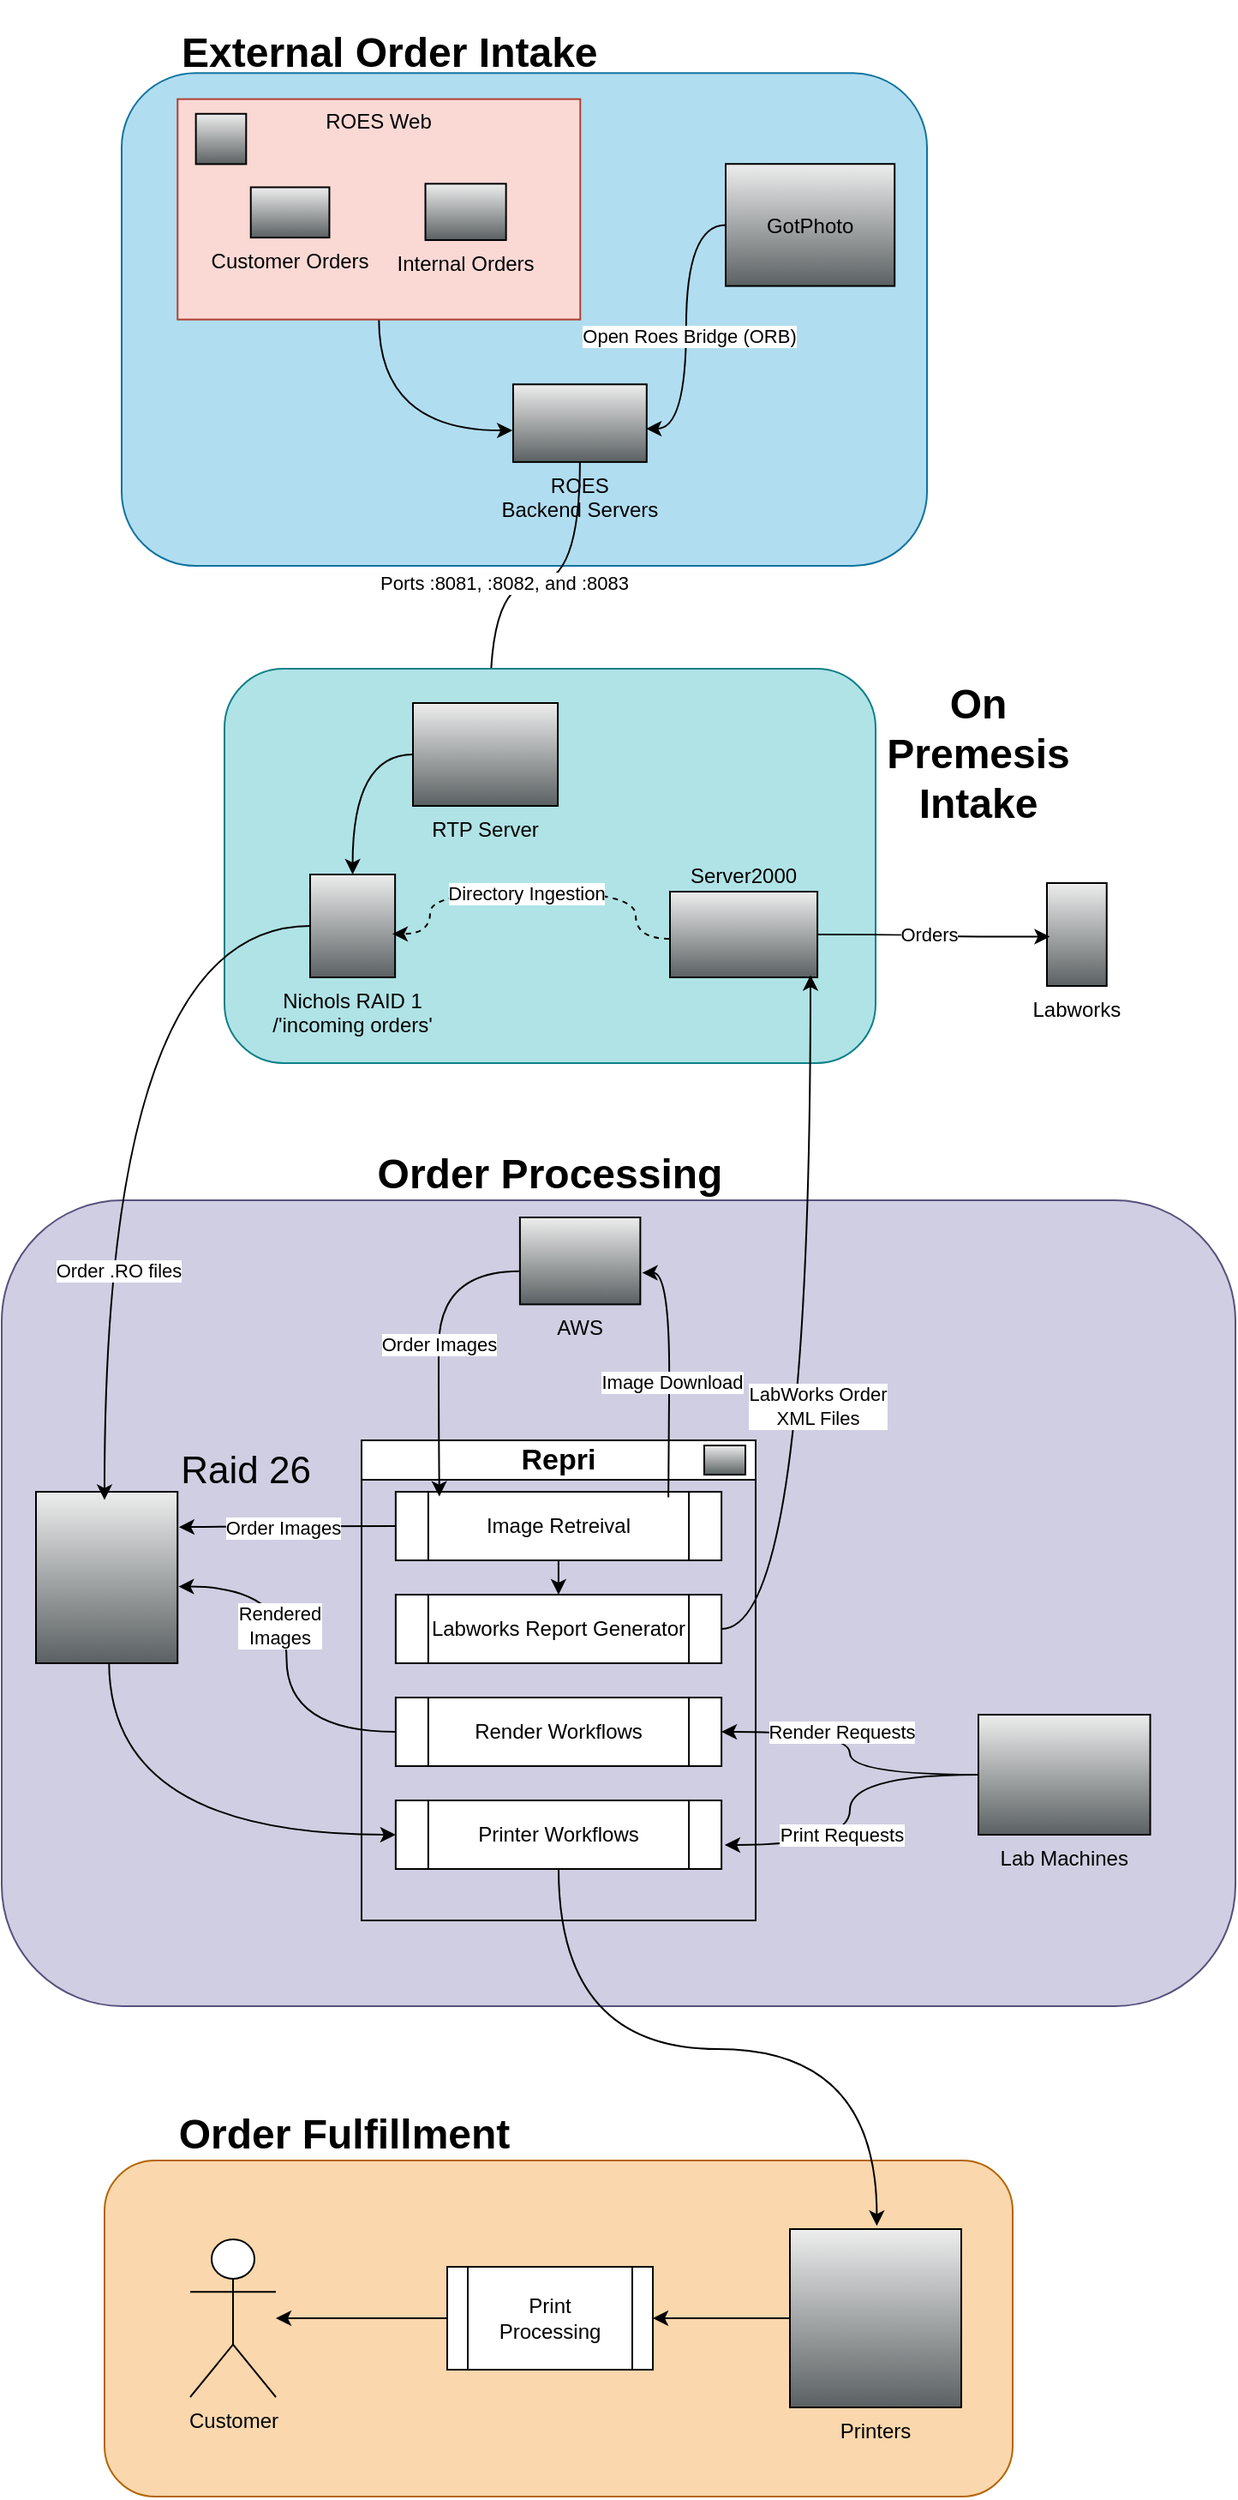
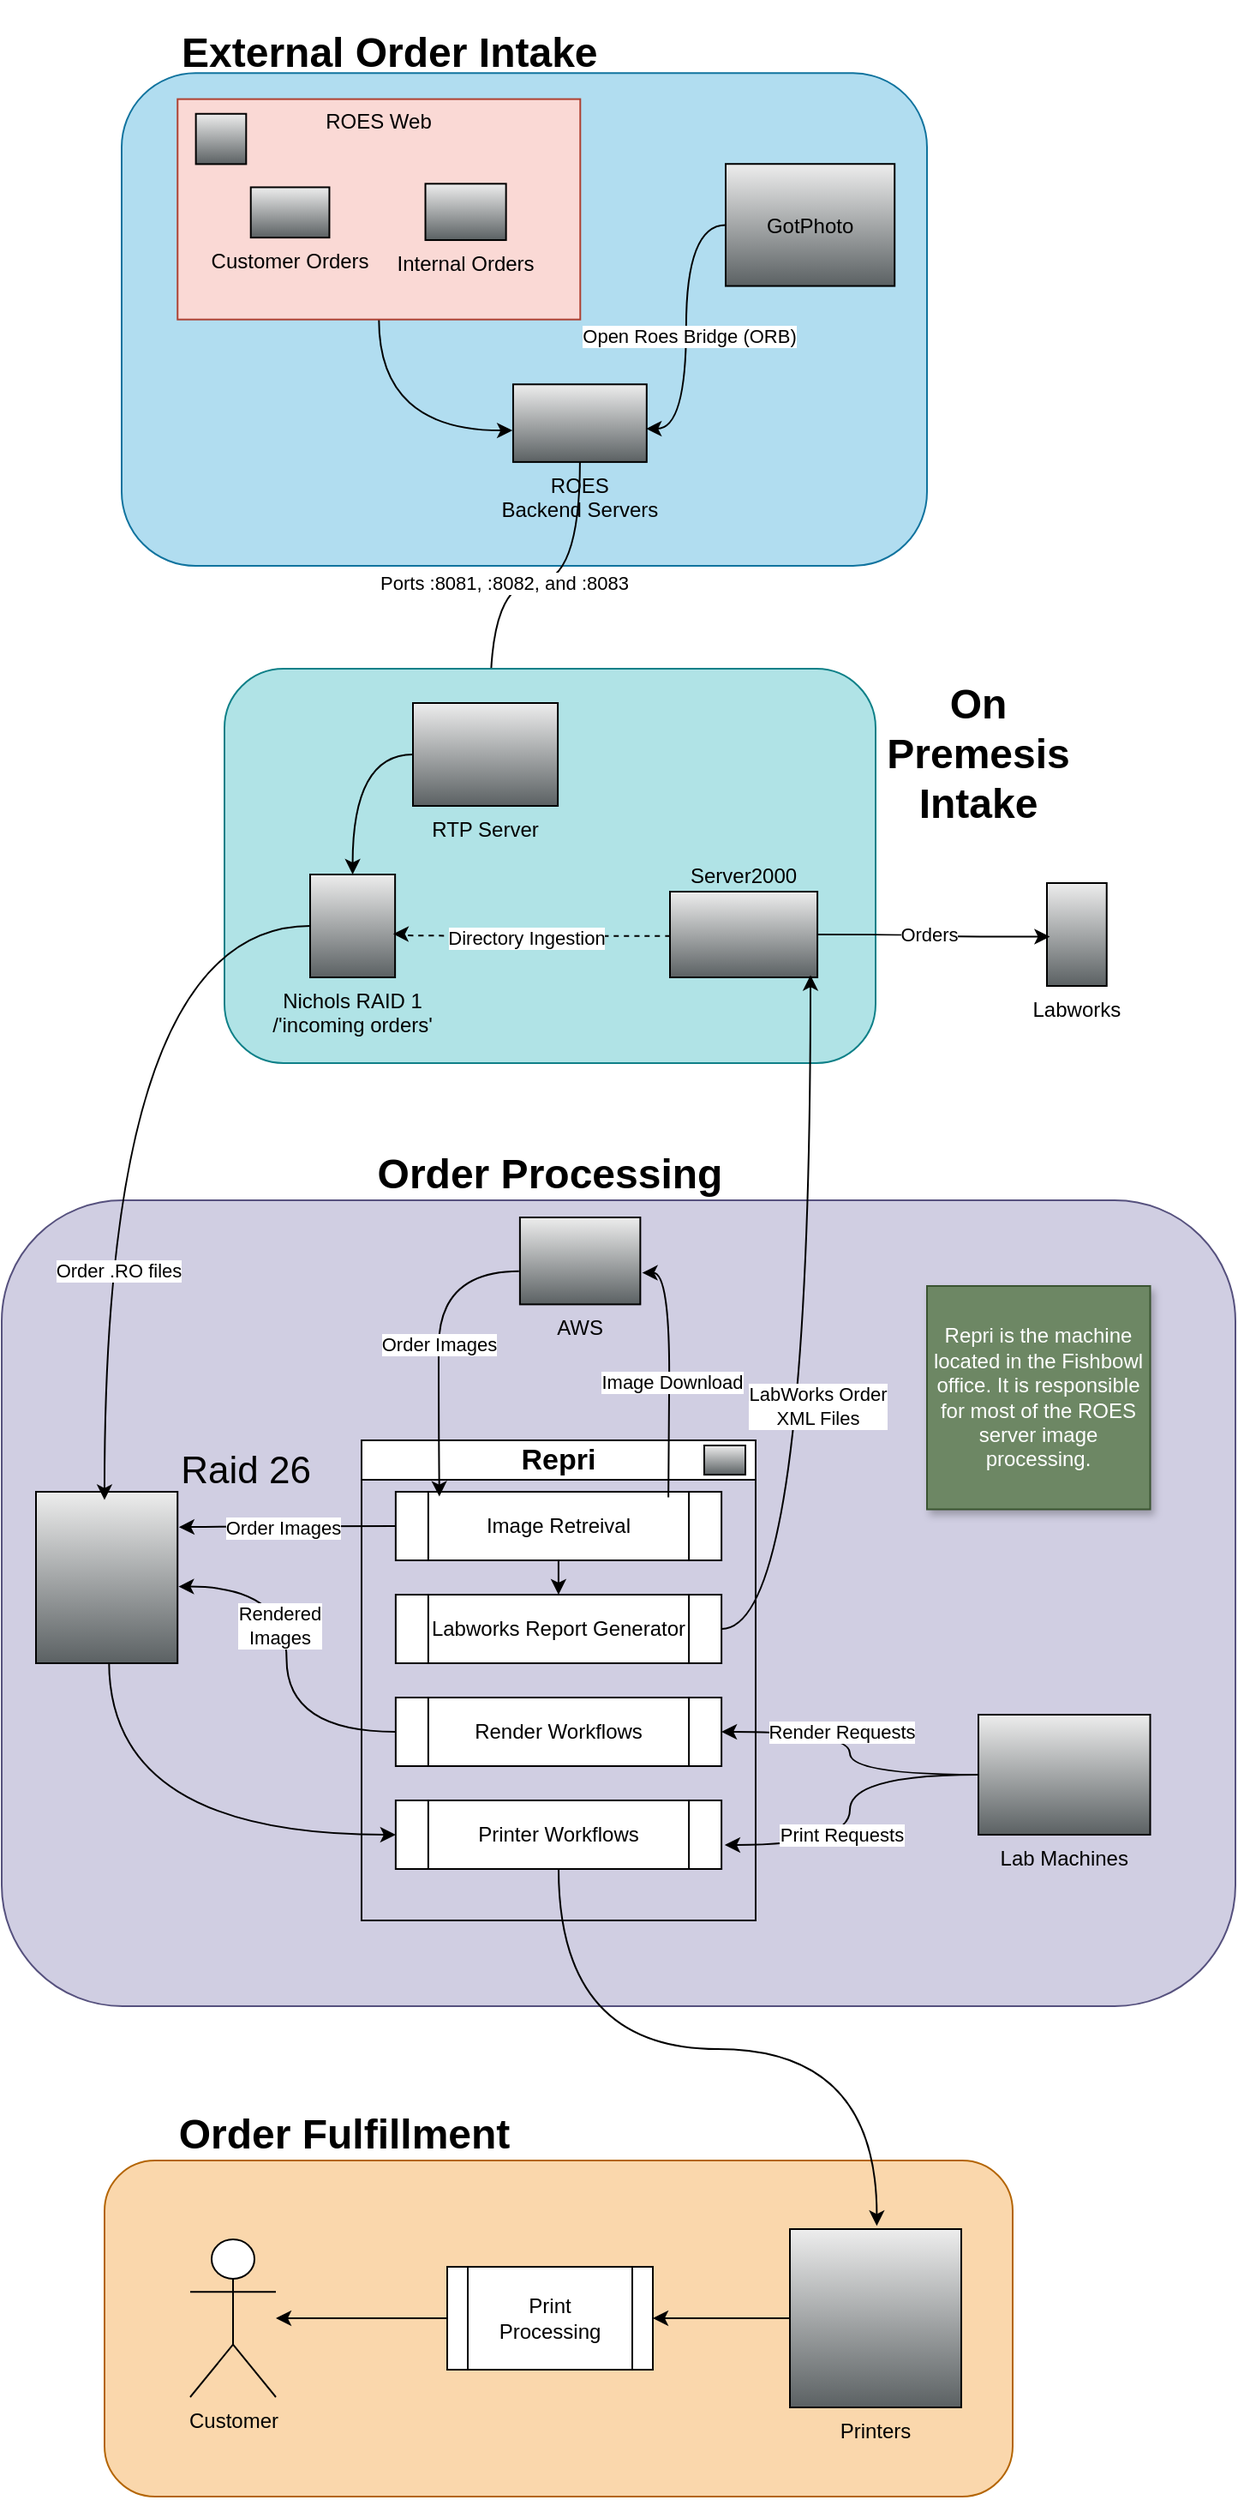
<mxfile host="app.diagrams.net">
  <diagram name="External Order Intake" id="xOiFyvTx0ugd0xP541Ys">
-     <mxGraphModel dx="2828" dy="1490" grid="1" gridSize="10" guides="1" tooltips="1" connect="1" arrows="1" fold="1" page="1" pageScale="1" pageWidth="850" pageHeight="1100" math="0" shadow="0">
+     <mxGraphModel dx="1607" dy="938" grid="1" gridSize="10" guides="1" tooltips="1" connect="1" arrows="1" fold="1" page="1" pageScale="1" pageWidth="850" pageHeight="1100" math="0" shadow="0">
      <root>
        <mxCell id="0" />
        <mxCell id="1" parent="0" />
        <mxCell id="Abbv7D0ucnFepgTgGXwM-46" connectable="0" parent="1" style="group" value="" vertex="1">
          <mxGeometry height="310" width="470" x="160" y="40" as="geometry" />
        </mxCell>
        <mxCell id="Abbv7D0ucnFepgTgGXwM-2" parent="Abbv7D0ucnFepgTgGXwM-46" style="rounded=1;whiteSpace=wrap;html=1;fillColor=#b1ddf0;strokeColor=#10739e;" value="" vertex="1">
          <mxGeometry height="287.3170731707317" width="470.00000000000006" y="22.682926829268293" as="geometry" />
        </mxCell>
        <mxCell id="uFVznFZ-sdEEhWdo_pJ7-23" parent="Abbv7D0ucnFepgTgGXwM-46" style="shape=mxgraph.networks2.icon;aspect=fixed;fillColor=#EDEDED;strokeColor=#000000;gradientColor=#5B6163;network2IconShadow=1;network2bgFillColor=none;labelPosition=center;verticalLabelPosition=middle;align=center;verticalAlign=middle;network2Icon=mxgraph.networks2.cloud;network2IconYOffset=-0.08;network2IconW=1.0004;network2IconH=0.7222;" value="GotPhoto" vertex="1">
          <mxGeometry height="71.18410700236036" width="98.6029307631786" x="352.5" y="75.60975609756099" as="geometry" />
        </mxCell>
        <mxCell id="uFVznFZ-sdEEhWdo_pJ7-26" parent="Abbv7D0ucnFepgTgGXwM-46" style="fillColorStyles=neutralFill;neutralFill=#9DA6A8;shape=mxgraph.networks2.icon;aspect=fixed;fillColor=#EDEDED;strokeColor=#000000;gradientColor=#5B6163;network2IconShadow=1;network2bgFillColor=none;labelPosition=center;verticalLabelPosition=bottom;align=center;verticalAlign=top;network2Icon=mxgraph.networks2.server;network2IconW=1.0001;network2IconH=0.5812;" value="ROES&#xa;Backend Servers" vertex="1">
          <mxGeometry height="45.29897718332022" width="77.94659716758459" x="228.46569444444447" y="204.14634146341464" as="geometry" />
        </mxCell>
        <mxCell id="uFVznFZ-sdEEhWdo_pJ7-27" edge="1" parent="Abbv7D0ucnFepgTgGXwM-46" source="uFVznFZ-sdEEhWdo_pJ7-12" style="edgeStyle=orthogonalEdgeStyle;curved=1;rounded=0;orthogonalLoop=1;jettySize=auto;html=1;exitX=0.5;exitY=1;exitDx=0;exitDy=0;entryX=-0.005;entryY=0.594;entryDx=0;entryDy=0;entryPerimeter=0;" target="uFVznFZ-sdEEhWdo_pJ7-26">
          <mxGeometry relative="1" as="geometry" />
        </mxCell>
        <mxCell id="uFVznFZ-sdEEhWdo_pJ7-28" edge="1" parent="Abbv7D0ucnFepgTgGXwM-46" source="uFVznFZ-sdEEhWdo_pJ7-23" style="edgeStyle=orthogonalEdgeStyle;curved=1;rounded=0;orthogonalLoop=1;jettySize=auto;html=1;entryX=0.996;entryY=0.571;entryDx=0;entryDy=0;entryPerimeter=0;" target="uFVznFZ-sdEEhWdo_pJ7-26">
          <mxGeometry relative="1" as="geometry" />
        </mxCell>
        <mxCell id="Abbv7D0ucnFepgTgGXwM-47" connectable="0" parent="uFVznFZ-sdEEhWdo_pJ7-28" style="edgeLabel;html=1;align=center;verticalAlign=middle;resizable=0;points=[];" value="Open Roes Bridge (ORB)" vertex="1">
          <mxGeometry relative="1" x="0.0605" y="1" as="geometry">
            <mxPoint as="offset" />
          </mxGeometry>
        </mxCell>
        <mxCell id="Abbv7D0ucnFepgTgGXwM-3" parent="Abbv7D0ucnFepgTgGXwM-46" style="text;html=1;whiteSpace=wrap;strokeColor=none;fillColor=none;align=left;verticalAlign=middle;rounded=0;" value="&lt;h1&gt;External Order Intake&lt;/h1&gt;" vertex="1">
          <mxGeometry height="22.68" width="407.36" x="32.64" as="geometry" />
        </mxCell>
        <mxCell id="Abbv7D0ucnFepgTgGXwM-45" connectable="0" parent="Abbv7D0ucnFepgTgGXwM-46" style="group;" value="" vertex="1">
          <mxGeometry height="128.53658536585368" width="235.00000000000003" x="32.63888888888889" y="37.804878048780495" as="geometry" />
        </mxCell>
        <mxCell id="uFVznFZ-sdEEhWdo_pJ7-12" parent="Abbv7D0ucnFepgTgGXwM-45" style="rounded=0;whiteSpace=wrap;html=1;fillColor=#fad9d5;strokeColor=#ae4132;" value="" vertex="1">
          <mxGeometry height="128.53658536585368" width="235.00000000000003" as="geometry" />
        </mxCell>
        <mxCell id="uFVznFZ-sdEEhWdo_pJ7-13" parent="Abbv7D0ucnFepgTgGXwM-45" style="shape=mxgraph.networks2.icon;aspect=fixed;fillColor=#EDEDED;strokeColor=#000000;gradientColor=#5B6163;network2IconShadow=1;network2bgFillColor=none;labelPosition=center;verticalLabelPosition=bottom;align=center;verticalAlign=top;network2Icon=mxgraph.networks2.globe;network2IconW=1;network2IconH=1;" value="" vertex="1">
          <mxGeometry height="29.33648046157881" width="29.33648046157881" x="10.681818181818182" y="8.56910569105691" as="geometry" />
        </mxCell>
        <mxCell id="uFVznFZ-sdEEhWdo_pJ7-14" parent="Abbv7D0ucnFepgTgGXwM-45" style="shape=mxgraph.networks2.icon;aspect=fixed;fillColor=#EDEDED;strokeColor=#000000;gradientColor=#5B6163;network2IconShadow=1;network2bgFillColor=none;labelPosition=center;verticalLabelPosition=bottom;align=center;verticalAlign=top;network2Icon=mxgraph.networks2.users;network2IconXOffset=0.0019;network2IconYOffset=-0.0004;network2IconW=1.0353;network2IconH=0.6623;" value="Customer Orders" vertex="1">
          <mxGeometry height="29.33648046157881" width="45.86025308156307" x="42.72727272727273" y="51.41463414634146" as="geometry" />
        </mxCell>
        <mxCell id="uFVznFZ-sdEEhWdo_pJ7-15" parent="Abbv7D0ucnFepgTgGXwM-45" style="shape=mxgraph.networks2.icon;aspect=fixed;fillColor=#EDEDED;strokeColor=#000000;gradientColor=#5B6163;network2IconShadow=1;network2bgFillColor=none;labelPosition=center;verticalLabelPosition=bottom;align=center;verticalAlign=top;network2Icon=mxgraph.networks2.lan;network2IconYOffset=0.0558;network2IconW=1.0834;network2IconH=0.7564;" value="Internal Orders" vertex="1">
          <mxGeometry height="32.85685811696826" width="47.0630487804878" x="144.61949300699303" y="49.35804878048783" as="geometry" />
        </mxCell>
        <mxCell id="uFVznFZ-sdEEhWdo_pJ7-25" parent="Abbv7D0ucnFepgTgGXwM-45" style="text;html=1;whiteSpace=wrap;strokeColor=none;fillColor=none;align=center;verticalAlign=middle;rounded=0;" value="ROES Web" vertex="1">
          <mxGeometry height="25.70731707317073" width="72.3076923076923" x="81.34615384615385" as="geometry" />
        </mxCell>
        <mxCell id="Abbv7D0ucnFepgTgGXwM-59" edge="1" parent="1" source="uFVznFZ-sdEEhWdo_pJ7-26" style="edgeStyle=orthogonalEdgeStyle;curved=1;rounded=0;orthogonalLoop=1;jettySize=auto;html=1;entryX=0.535;entryY=0.039;entryDx=0;entryDy=0;entryPerimeter=0;" target="Abbv7D0ucnFepgTgGXwM-48">
          <mxGeometry relative="1" as="geometry" />
        </mxCell>
        <mxCell id="Abbv7D0ucnFepgTgGXwM-60" connectable="0" parent="Abbv7D0ucnFepgTgGXwM-59" style="edgeLabel;html=1;align=center;verticalAlign=middle;resizable=0;points=[];" value="Ports :8081, :8082, and :8083" vertex="1">
          <mxGeometry relative="1" x="0.1735" as="geometry">
            <mxPoint as="offset" />
          </mxGeometry>
        </mxCell>
        <mxCell id="Abbv7D0ucnFepgTgGXwM-63" connectable="0" parent="1" style="group;labelPosition=center;verticalLabelPosition=bottom;align=center;verticalAlign=top;" value=" " vertex="1">
          <mxGeometry height="230" width="514.8699999999999" x="220" y="410" as="geometry" />
        </mxCell>
-         <mxCell id="Abbv7D0ucnFepgTgGXwM-58" parent="Abbv7D0ucnFepgTgGXwM-63" style="rounded=1;whiteSpace=wrap;html=1;fillColor=#b0e3e6;strokeColor=#0e8088;" value="&amp;nbsp;" vertex="1">
+         <mxCell id="Abbv7D0ucnFepgTgGXwM-58" parent="Abbv7D0ucnFepgTgGXwM-63" style="rounded=1;whiteSpace=wrap;html=1;fillColor=#b0e3e6;strokeColor=#0e8088;" value=" " vertex="1">
          <mxGeometry height="230" width="380" as="geometry" />
        </mxCell>
        <mxCell id="Abbv7D0ucnFepgTgGXwM-61" edge="1" parent="Abbv7D0ucnFepgTgGXwM-63" source="Abbv7D0ucnFepgTgGXwM-48" style="edgeStyle=orthogonalEdgeStyle;curved=1;rounded=0;orthogonalLoop=1;jettySize=auto;html=1;" target="Abbv7D0ucnFepgTgGXwM-49">
          <mxGeometry relative="1" as="geometry" />
        </mxCell>
        <mxCell id="Abbv7D0ucnFepgTgGXwM-48" parent="Abbv7D0ucnFepgTgGXwM-63" style="shape=mxgraph.networks2.icon;aspect=fixed;fillColor=#EDEDED;strokeColor=#000000;gradientColor=#5B6163;network2IconShadow=1;network2bgFillColor=none;labelPosition=center;verticalLabelPosition=bottom;align=center;verticalAlign=top;network2Icon=mxgraph.networks2.pc;network2IconYOffset=-0.0593;network2IconW=0.9999;network2IconH=0.7096;" value="RTP Server" vertex="1">
          <mxGeometry height="60" width="84.55" x="110" y="20" as="geometry" />
        </mxCell>
        <mxCell id="Abbv7D0ucnFepgTgGXwM-49" parent="Abbv7D0ucnFepgTgGXwM-63" style="shape=mxgraph.networks2.icon;aspect=fixed;fillColor=#EDEDED;strokeColor=#000000;gradientColor=#5B6163;network2IconShadow=1;network2bgFillColor=none;labelPosition=center;verticalLabelPosition=bottom;align=center;verticalAlign=top;network2Icon=mxgraph.networks2.data_storage;network2IconW=0.8252;network2IconH=0.9989;" value="Nichols RAID 1&#xa;/&#39;incoming orders&#39;" vertex="1">
          <mxGeometry height="60" width="49.57" x="50" y="120" as="geometry" />
        </mxCell>
        <mxCell id="Abbv7D0ucnFepgTgGXwM-50" parent="Abbv7D0ucnFepgTgGXwM-63" style="fillColorStyles=neutralFill;neutralFill=#9DA6A8;shape=mxgraph.networks2.icon;aspect=fixed;fillColor=#EDEDED;strokeColor=#000000;gradientColor=#5B6163;network2IconShadow=1;network2bgFillColor=none;labelPosition=center;verticalLabelPosition=top;align=center;verticalAlign=bottom;network2Icon=mxgraph.networks2.server;network2IconW=1.0001;network2IconH=0.5812;" value="Server2000" vertex="1">
          <mxGeometry height="50" width="86.04" x="260" y="130" as="geometry" />
        </mxCell>
-         <mxCell id="Abbv7D0ucnFepgTgGXwM-53" edge="1" parent="Abbv7D0ucnFepgTgGXwM-63" source="Abbv7D0ucnFepgTgGXwM-50" style="edgeStyle=orthogonalEdgeStyle;curved=1;rounded=0;orthogonalLoop=1;jettySize=auto;html=1;entryX=0.968;entryY=0.578;entryDx=0;entryDy=0;entryPerimeter=0;startArrow=none;startFill=0;dashed=1;exitX=-0.005;exitY=0.55;exitDx=0;exitDy=0;exitPerimeter=0;" target="Abbv7D0ucnFepgTgGXwM-49" value=" ">
-           <mxGeometry relative="1" as="geometry">
-             <Array as="points">
-               <mxPoint x="240" y="158" />
-               <mxPoint x="240" y="130" />
-               <mxPoint x="120" y="130" />
-               <mxPoint x="120" y="155" />
-             </Array>
+         <mxCell id="Abbv7D0ucnFepgTgGXwM-53" edge="1" parent="Abbv7D0ucnFepgTgGXwM-63" source="Abbv7D0ucnFepgTgGXwM-50" style="edgeStyle=orthogonalEdgeStyle;curved=1;rounded=0;orthogonalLoop=1;jettySize=auto;html=1;entryX=0.968;entryY=0.578;entryDx=0;entryDy=0;entryPerimeter=0;startArrow=none;startFill=0;dashed=1;exitX=0.003;exitY=0.518;exitDx=0;exitDy=0;exitPerimeter=0;" value=" ">
+           <mxGeometry relative="1" as="geometry">
+             <Array as="points">
+               <mxPoint x="100" y="156" />
+               <mxPoint x="100" y="155" />
+             </Array>
+             <mxPoint x="259.9998" y="157.5" as="sourcePoint" />
+             <mxPoint x="98.41376000000008" y="154.68000000000006" as="targetPoint" />
          </mxGeometry>
        </mxCell>
        <mxCell id="Abbv7D0ucnFepgTgGXwM-57" connectable="0" parent="Abbv7D0ucnFepgTgGXwM-53" style="edgeLabel;html=1;align=center;verticalAlign=middle;resizable=0;points=[];" value="Directory Ingestion" vertex="1">
          <mxGeometry relative="1" x="0.0378" y="1" as="geometry">
            <mxPoint as="offset" />
          </mxGeometry>
        </mxCell>
        <mxCell id="Abbv7D0ucnFepgTgGXwM-62" parent="Abbv7D0ucnFepgTgGXwM-63" style="text;html=1;whiteSpace=wrap;strokeColor=none;fillColor=none;align=center;verticalAlign=middle;rounded=0;" value="&lt;h1&gt;On Premesis Intake&lt;/h1&gt;" vertex="1">
          <mxGeometry height="80" width="120" x="380" y="10" as="geometry" />
        </mxCell>
        <mxCell id="Abbv7D0ucnFepgTgGXwM-96" parent="Abbv7D0ucnFepgTgGXwM-63" style="shape=mxgraph.networks2.icon;aspect=fixed;fillColor=#EDEDED;strokeColor=#000000;gradientColor=#5B6163;network2IconShadow=1;network2bgFillColor=none;labelPosition=center;verticalLabelPosition=bottom;align=center;verticalAlign=top;network2Icon=mxgraph.networks2.application;network2IconXOffset=0.0048;network2IconYOffset=-0.0000;network2IconW=0.5927;network2IconH=1.02;" value="Labworks" vertex="1">
          <mxGeometry height="60" width="34.87" x="479.9999999999999" y="125" as="geometry" />
        </mxCell>
        <mxCell id="Abbv7D0ucnFepgTgGXwM-114" edge="1" parent="Abbv7D0ucnFepgTgGXwM-63" source="Abbv7D0ucnFepgTgGXwM-50" style="edgeStyle=orthogonalEdgeStyle;curved=1;rounded=0;orthogonalLoop=1;jettySize=auto;html=1;entryX=0.049;entryY=0.521;entryDx=0;entryDy=0;entryPerimeter=0;" target="Abbv7D0ucnFepgTgGXwM-96">
          <mxGeometry relative="1" as="geometry" />
        </mxCell>
        <mxCell id="Abbv7D0ucnFepgTgGXwM-115" connectable="0" parent="Abbv7D0ucnFepgTgGXwM-114" style="edgeLabel;html=1;align=center;verticalAlign=middle;resizable=0;points=[];" value="Orders" vertex="1">
          <mxGeometry relative="1" x="-0.2199" y="-7" as="geometry">
            <mxPoint x="11" y="-7" as="offset" />
          </mxGeometry>
        </mxCell>
        <mxCell id="Abbv7D0ucnFepgTgGXwM-144" connectable="0" parent="1" style="group" value="" vertex="1">
          <mxGeometry height="500" width="720" x="90" y="690" as="geometry" />
        </mxCell>
        <mxCell id="Abbv7D0ucnFepgTgGXwM-132" parent="Abbv7D0ucnFepgTgGXwM-144" style="rounded=1;whiteSpace=wrap;html=1;fillColor=#d0cee2;strokeColor=#56517e;" value=" " vertex="1">
          <mxGeometry height="470" width="720" y="30" as="geometry" />
        </mxCell>
        <mxCell id="Abbv7D0ucnFepgTgGXwM-123" edge="1" parent="Abbv7D0ucnFepgTgGXwM-144" source="Abbv7D0ucnFepgTgGXwM-55" style="edgeStyle=orthogonalEdgeStyle;curved=1;rounded=0;orthogonalLoop=1;jettySize=auto;html=1;entryX=0;entryY=0.5;entryDx=0;entryDy=0;exitX=0.516;exitY=0.991;exitDx=0;exitDy=0;exitPerimeter=0;" target="Abbv7D0ucnFepgTgGXwM-87">
          <mxGeometry relative="1" as="geometry" />
        </mxCell>
        <mxCell id="Abbv7D0ucnFepgTgGXwM-124" connectable="0" parent="Abbv7D0ucnFepgTgGXwM-123" style="edgeLabel;html=1;align=center;verticalAlign=middle;resizable=0;points=[];" value=" " vertex="1">
          <mxGeometry relative="1" x="-0.5108" y="29" as="geometry">
            <mxPoint as="offset" />
          </mxGeometry>
        </mxCell>
        <mxCell id="Abbv7D0ucnFepgTgGXwM-55" parent="Abbv7D0ucnFepgTgGXwM-144" style="shape=mxgraph.networks2.icon;aspect=fixed;fillColor=#EDEDED;strokeColor=#000000;gradientColor=#5B6163;network2IconShadow=1;network2bgFillColor=none;labelPosition=right;verticalLabelPosition=top;align=left;verticalAlign=bottom;network2Icon=mxgraph.networks2.data_storage;network2IconW=0.8252;network2IconH=0.9989;fontSize=22;" value="Raid 26" vertex="1">
          <mxGeometry height="100" width="82.61" x="20" y="200" as="geometry" />
        </mxCell>
        <mxCell id="Abbv7D0ucnFepgTgGXwM-125" edge="1" parent="Abbv7D0ucnFepgTgGXwM-144" source="Abbv7D0ucnFepgTgGXwM-65" style="edgeStyle=orthogonalEdgeStyle;curved=1;rounded=0;orthogonalLoop=1;jettySize=auto;html=1;entryX=1;entryY=0.5;entryDx=0;entryDy=0;" target="Abbv7D0ucnFepgTgGXwM-70">
          <mxGeometry relative="1" as="geometry" />
        </mxCell>
        <mxCell id="Abbv7D0ucnFepgTgGXwM-127" connectable="0" parent="Abbv7D0ucnFepgTgGXwM-125" style="edgeLabel;html=1;align=center;verticalAlign=middle;resizable=0;points=[];" value="Render Requests" vertex="1">
          <mxGeometry relative="1" x="0.4996" y="2" as="geometry">
            <mxPoint x="26" y="-2" as="offset" />
          </mxGeometry>
        </mxCell>
        <mxCell id="Abbv7D0ucnFepgTgGXwM-65" parent="Abbv7D0ucnFepgTgGXwM-144" style="shape=mxgraph.networks2.icon;aspect=fixed;fillColor=#EDEDED;strokeColor=#000000;gradientColor=#5B6163;network2IconShadow=1;network2bgFillColor=none;labelPosition=center;verticalLabelPosition=bottom;align=center;verticalAlign=top;network2Icon=mxgraph.networks2.lan;network2IconYOffset=0.0558;network2IconW=1.0834;network2IconH=0.7564;" value="Lab Machines" vertex="1">
          <mxGeometry height="70" width="100.26" x="570" y="330" as="geometry" />
        </mxCell>
        <mxCell id="Abbv7D0ucnFepgTgGXwM-67" parent="Abbv7D0ucnFepgTgGXwM-144" style="shape=mxgraph.networks2.icon;aspect=fixed;fillColor=#EDEDED;strokeColor=#000000;gradientColor=#5B6163;network2IconShadow=1;network2bgFillColor=none;labelPosition=center;verticalLabelPosition=bottom;align=center;verticalAlign=top;network2Icon=mxgraph.networks2.cloud;network2IconYOffset=-0.08;network2IconW=1.0004;network2IconH=0.7222;" value="AWS" vertex="1">
          <mxGeometry height="50.71" width="70.24" x="302.44" y="40" as="geometry" />
        </mxCell>
        <mxCell id="Abbv7D0ucnFepgTgGXwM-68" parent="Abbv7D0ucnFepgTgGXwM-144" style="swimlane;whiteSpace=wrap;html=1;align=center;fontSize=17;" value="&lt;div align=&quot;center&quot;&gt;Repri&lt;/div&gt;" vertex="1">
          <mxGeometry height="280" width="230" x="210" y="170" as="geometry">
            <mxRectangle height="30" width="140" x="105.12" y="1050" as="alternateBounds" />
          </mxGeometry>
        </mxCell>
        <mxCell id="Abbv7D0ucnFepgTgGXwM-66" parent="Abbv7D0ucnFepgTgGXwM-68" style="shape=mxgraph.networks2.icon;aspect=fixed;fillColor=#EDEDED;strokeColor=#000000;gradientColor=#5B6163;network2IconShadow=1;network2bgFillColor=none;labelPosition=center;verticalLabelPosition=bottom;align=center;verticalAlign=top;network2Icon=mxgraph.networks2.pc;network2IconYOffset=-0.0593;network2IconW=0.9999;network2IconH=0.7096;" value=" " vertex="1">
          <mxGeometry height="17.03" width="24" x="200" y="3" as="geometry" />
        </mxCell>
        <mxCell id="Abbv7D0ucnFepgTgGXwM-79" edge="1" parent="Abbv7D0ucnFepgTgGXwM-68" source="Abbv7D0ucnFepgTgGXwM-69" style="edgeStyle=orthogonalEdgeStyle;curved=1;rounded=0;orthogonalLoop=1;jettySize=auto;html=1;entryX=0.5;entryY=0;entryDx=0;entryDy=0;" target="Abbv7D0ucnFepgTgGXwM-78">
          <mxGeometry relative="1" as="geometry" />
        </mxCell>
        <mxCell id="Abbv7D0ucnFepgTgGXwM-69" parent="Abbv7D0ucnFepgTgGXwM-68" style="shape=process;whiteSpace=wrap;html=1;backgroundOutline=1;" value="Image Retreival" vertex="1">
          <mxGeometry height="40" width="190.12" x="19.94" y="30" as="geometry" />
        </mxCell>
        <mxCell id="Abbv7D0ucnFepgTgGXwM-70" parent="Abbv7D0ucnFepgTgGXwM-68" style="shape=process;whiteSpace=wrap;html=1;backgroundOutline=1;" value="Render Workflows" vertex="1">
          <mxGeometry height="40" width="190.12" x="19.939999999999998" y="150" as="geometry" />
        </mxCell>
        <mxCell id="Abbv7D0ucnFepgTgGXwM-78" parent="Abbv7D0ucnFepgTgGXwM-68" style="shape=process;whiteSpace=wrap;html=1;backgroundOutline=1;" value="Labworks Report Generator" vertex="1">
          <mxGeometry height="40" width="190.12" x="19.939999999999998" y="90" as="geometry" />
        </mxCell>
        <mxCell id="Abbv7D0ucnFepgTgGXwM-87" parent="Abbv7D0ucnFepgTgGXwM-68" style="shape=process;whiteSpace=wrap;html=1;backgroundOutline=1;" value="Printer Workflows" vertex="1">
          <mxGeometry height="40" width="190.12" x="19.939999999999998" y="210" as="geometry" />
        </mxCell>
        <mxCell id="Abbv7D0ucnFepgTgGXwM-71" edge="1" parent="Abbv7D0ucnFepgTgGXwM-144" source="Abbv7D0ucnFepgTgGXwM-69" style="edgeStyle=orthogonalEdgeStyle;curved=1;rounded=0;orthogonalLoop=1;jettySize=auto;html=1;entryX=1.016;entryY=0.637;entryDx=0;entryDy=0;entryPerimeter=0;exitX=0.837;exitY=0.082;exitDx=0;exitDy=0;exitPerimeter=0;" target="Abbv7D0ucnFepgTgGXwM-67">
          <mxGeometry relative="1" as="geometry">
            <Array as="points">
              <mxPoint x="389" y="200" />
              <mxPoint x="390" y="200" />
              <mxPoint x="390" y="72" />
            </Array>
            <mxPoint x="400" y="198" as="sourcePoint" />
          </mxGeometry>
        </mxCell>
        <mxCell id="Abbv7D0ucnFepgTgGXwM-72" connectable="0" parent="Abbv7D0ucnFepgTgGXwM-71" style="edgeLabel;html=1;align=center;verticalAlign=middle;resizable=0;points=[];" value="Image Download" vertex="1">
          <mxGeometry relative="1" x="-0.0797" y="-1" as="geometry">
            <mxPoint as="offset" />
          </mxGeometry>
        </mxCell>
        <mxCell id="Abbv7D0ucnFepgTgGXwM-73" edge="1" parent="Abbv7D0ucnFepgTgGXwM-144" source="Abbv7D0ucnFepgTgGXwM-67" style="edgeStyle=orthogonalEdgeStyle;curved=1;rounded=0;orthogonalLoop=1;jettySize=auto;html=1;entryX=0.134;entryY=0.07;entryDx=0;entryDy=0;entryPerimeter=0;exitX=-0.008;exitY=0.619;exitDx=0;exitDy=0;exitPerimeter=0;" target="Abbv7D0ucnFepgTgGXwM-69">
          <mxGeometry relative="1" as="geometry">
            <Array as="points">
              <mxPoint x="255" y="71" />
              <mxPoint x="255" y="160" />
            </Array>
          </mxGeometry>
        </mxCell>
        <mxCell id="Abbv7D0ucnFepgTgGXwM-74" connectable="0" parent="Abbv7D0ucnFepgTgGXwM-73" style="edgeLabel;html=1;align=center;verticalAlign=middle;resizable=0;points=[];" value="Order Images" vertex="1">
          <mxGeometry relative="1" x="0.0052" as="geometry">
            <mxPoint as="offset" />
          </mxGeometry>
        </mxCell>
        <mxCell id="Abbv7D0ucnFepgTgGXwM-118" edge="1" parent="Abbv7D0ucnFepgTgGXwM-144" source="Abbv7D0ucnFepgTgGXwM-69" style="edgeStyle=orthogonalEdgeStyle;curved=1;rounded=0;orthogonalLoop=1;jettySize=auto;html=1;entryX=1.01;entryY=0.206;entryDx=0;entryDy=0;entryPerimeter=0;" target="Abbv7D0ucnFepgTgGXwM-55">
          <mxGeometry relative="1" as="geometry" />
        </mxCell>
        <mxCell id="Abbv7D0ucnFepgTgGXwM-120" connectable="0" parent="Abbv7D0ucnFepgTgGXwM-118" style="edgeLabel;html=1;align=center;verticalAlign=middle;resizable=0;points=[];" value="Order Images" vertex="1">
          <mxGeometry relative="1" x="0.0556" as="geometry">
            <mxPoint as="offset" />
          </mxGeometry>
        </mxCell>
        <mxCell id="Abbv7D0ucnFepgTgGXwM-121" edge="1" parent="Abbv7D0ucnFepgTgGXwM-144" source="Abbv7D0ucnFepgTgGXwM-70" style="edgeStyle=orthogonalEdgeStyle;curved=1;rounded=0;orthogonalLoop=1;jettySize=auto;html=1;entryX=1.007;entryY=0.553;entryDx=0;entryDy=0;entryPerimeter=0;" target="Abbv7D0ucnFepgTgGXwM-55">
          <mxGeometry relative="1" as="geometry" />
        </mxCell>
        <mxCell id="Abbv7D0ucnFepgTgGXwM-122" connectable="0" parent="Abbv7D0ucnFepgTgGXwM-121" style="edgeLabel;html=1;align=center;verticalAlign=middle;resizable=0;points=[];" value="Rendered&lt;br&gt;Images" vertex="1">
          <mxGeometry relative="1" x="0.1933" y="5" as="geometry">
            <mxPoint as="offset" />
          </mxGeometry>
        </mxCell>
        <mxCell id="Abbv7D0ucnFepgTgGXwM-126" edge="1" parent="Abbv7D0ucnFepgTgGXwM-144" source="Abbv7D0ucnFepgTgGXwM-65" style="edgeStyle=orthogonalEdgeStyle;curved=1;rounded=0;orthogonalLoop=1;jettySize=auto;html=1;entryX=1.01;entryY=0.65;entryDx=0;entryDy=0;entryPerimeter=0;" target="Abbv7D0ucnFepgTgGXwM-87">
          <mxGeometry relative="1" as="geometry" />
        </mxCell>
        <mxCell id="Abbv7D0ucnFepgTgGXwM-128" connectable="0" parent="Abbv7D0ucnFepgTgGXwM-126" style="edgeLabel;html=1;align=center;verticalAlign=middle;resizable=0;points=[];" value="Print Requests" vertex="1">
          <mxGeometry relative="1" x="0.4408" y="-6" as="geometry">
            <mxPoint x="15" as="offset" />
          </mxGeometry>
        </mxCell>
        <mxCell id="Abbv7D0ucnFepgTgGXwM-143" parent="Abbv7D0ucnFepgTgGXwM-144" style="text;html=1;whiteSpace=wrap;strokeColor=none;fillColor=none;align=center;verticalAlign=middle;rounded=0;" value="&lt;h1&gt;Order Processing&lt;/h1&gt;" vertex="1">
          <mxGeometry height="30" width="320" x="160" as="geometry" />
+         </mxCell>
+         <mxCell id="aD-okcZOxhMRasSAFMCW-1" parent="Abbv7D0ucnFepgTgGXwM-144" style="whiteSpace=wrap;html=1;aspect=fixed;fillColor=#6d8764;fontColor=#ffffff;strokeColor=#3A5431;rounded=0;glass=0;shadow=1;" value="Repri is the machine located in the Fishbowl office. It is responsible for most of the ROES server image processing." vertex="1">
+           <mxGeometry height="130.26" width="130.26" x="540" y="80" as="geometry" />
        </mxCell>
        <mxCell id="Abbv7D0ucnFepgTgGXwM-133" edge="1" parent="1" source="Abbv7D0ucnFepgTgGXwM-78" style="edgeStyle=orthogonalEdgeStyle;curved=1;rounded=0;orthogonalLoop=1;jettySize=auto;html=1;entryX=0.953;entryY=0.974;entryDx=0;entryDy=0;entryPerimeter=0;exitX=1;exitY=0.5;exitDx=0;exitDy=0;" target="Abbv7D0ucnFepgTgGXwM-50">
          <mxGeometry relative="1" as="geometry">
            <Array as="points">
              <mxPoint x="562" y="970" />
            </Array>
          </mxGeometry>
        </mxCell>
        <mxCell id="Abbv7D0ucnFepgTgGXwM-134" connectable="0" parent="Abbv7D0ucnFepgTgGXwM-133" style="edgeLabel;html=1;align=center;verticalAlign=middle;resizable=0;points=[];" value="&lt;div&gt;LabWorks Order&lt;/div&gt;&lt;div&gt;XML Files&lt;/div&gt;" vertex="1">
          <mxGeometry relative="1" x="0.2484" y="-1" as="geometry">
            <mxPoint x="3" y="88" as="offset" />
          </mxGeometry>
        </mxCell>
        <mxCell id="Abbv7D0ucnFepgTgGXwM-116" edge="1" parent="1" source="Abbv7D0ucnFepgTgGXwM-49" style="edgeStyle=orthogonalEdgeStyle;curved=1;rounded=0;orthogonalLoop=1;jettySize=auto;html=1;entryX=0.484;entryY=0.048;entryDx=0;entryDy=0;entryPerimeter=0;" target="Abbv7D0ucnFepgTgGXwM-55">
          <mxGeometry relative="1" as="geometry" />
        </mxCell>
        <mxCell id="Abbv7D0ucnFepgTgGXwM-117" connectable="0" parent="Abbv7D0ucnFepgTgGXwM-116" style="edgeLabel;html=1;align=center;verticalAlign=middle;resizable=0;points=[];" value="Order .RO files" vertex="1">
          <mxGeometry relative="1" x="0.4085" y="8" as="geometry">
            <mxPoint as="offset" />
          </mxGeometry>
        </mxCell>
        <mxCell id="Abbv7D0ucnFepgTgGXwM-147" connectable="0" parent="1" style="group" value=" " vertex="1">
          <mxGeometry height="226" width="530" x="150" y="1250" as="geometry" />
        </mxCell>
        <mxCell id="Abbv7D0ucnFepgTgGXwM-142" parent="Abbv7D0ucnFepgTgGXwM-147" style="rounded=1;whiteSpace=wrap;html=1;fillColor=#fad7ac;strokeColor=#b46504;" value="" vertex="1">
          <mxGeometry height="196" width="530" y="30" as="geometry" />
        </mxCell>
        <mxCell id="Abbv7D0ucnFepgTgGXwM-139" edge="1" parent="Abbv7D0ucnFepgTgGXwM-147" source="Abbv7D0ucnFepgTgGXwM-135" style="edgeStyle=orthogonalEdgeStyle;curved=1;rounded=0;orthogonalLoop=1;jettySize=auto;html=1;entryX=1;entryY=0.5;entryDx=0;entryDy=0;" target="Abbv7D0ucnFepgTgGXwM-137">
          <mxGeometry relative="1" as="geometry" />
        </mxCell>
        <mxCell id="Abbv7D0ucnFepgTgGXwM-135" parent="Abbv7D0ucnFepgTgGXwM-147" style="fillColorStyles=neutralFill;neutralFill=#9DA6A8;shape=mxgraph.networks2.icon;aspect=fixed;fillColor=#EDEDED;strokeColor=#000000;gradientColor=#5B6163;network2IconShadow=1;network2bgFillColor=none;labelPosition=center;verticalLabelPosition=bottom;align=center;verticalAlign=top;network2Icon=mxgraph.networks2.printer;network2IconW=1;network2IconH=1.04;" value="Printers" vertex="1">
          <mxGeometry height="104" width="100" x="400" y="70" as="geometry" />
        </mxCell>
        <mxCell id="Abbv7D0ucnFepgTgGXwM-140" edge="1" parent="Abbv7D0ucnFepgTgGXwM-147" source="Abbv7D0ucnFepgTgGXwM-137" style="edgeStyle=orthogonalEdgeStyle;curved=1;rounded=0;orthogonalLoop=1;jettySize=auto;html=1;" target="Abbv7D0ucnFepgTgGXwM-138">
          <mxGeometry relative="1" as="geometry" />
        </mxCell>
        <mxCell id="Abbv7D0ucnFepgTgGXwM-137" parent="Abbv7D0ucnFepgTgGXwM-147" style="shape=process;whiteSpace=wrap;html=1;backgroundOutline=1;" value="&lt;div&gt;Print&lt;/div&gt;&lt;div&gt;Processing&lt;/div&gt;" vertex="1">
          <mxGeometry height="60" width="120" x="200" y="92" as="geometry" />
        </mxCell>
        <mxCell id="Abbv7D0ucnFepgTgGXwM-138" parent="Abbv7D0ucnFepgTgGXwM-147" style="shape=umlActor;verticalLabelPosition=bottom;verticalAlign=top;html=1;outlineConnect=0;" value="Customer" vertex="1">
          <mxGeometry height="92" width="50" x="50" y="76" as="geometry" />
        </mxCell>
        <mxCell id="Abbv7D0ucnFepgTgGXwM-146" parent="Abbv7D0ucnFepgTgGXwM-147" style="text;html=1;whiteSpace=wrap;strokeColor=none;fillColor=none;align=center;verticalAlign=middle;rounded=0;" value="&lt;h1&gt;Order Fulfillment&lt;/h1&gt;" vertex="1">
          <mxGeometry height="30" width="220" x="30" as="geometry" />
        </mxCell>
        <mxCell id="Abbv7D0ucnFepgTgGXwM-136" edge="1" parent="1" source="Abbv7D0ucnFepgTgGXwM-87" style="edgeStyle=orthogonalEdgeStyle;curved=1;rounded=0;orthogonalLoop=1;jettySize=auto;html=1;entryX=0.507;entryY=-0.018;entryDx=0;entryDy=0;entryPerimeter=0;exitX=0.5;exitY=1;exitDx=0;exitDy=0;" target="Abbv7D0ucnFepgTgGXwM-135">
          <mxGeometry relative="1" as="geometry" />
        </mxCell>
      </root>
    </mxGraphModel>
  </diagram>
</mxfile>
